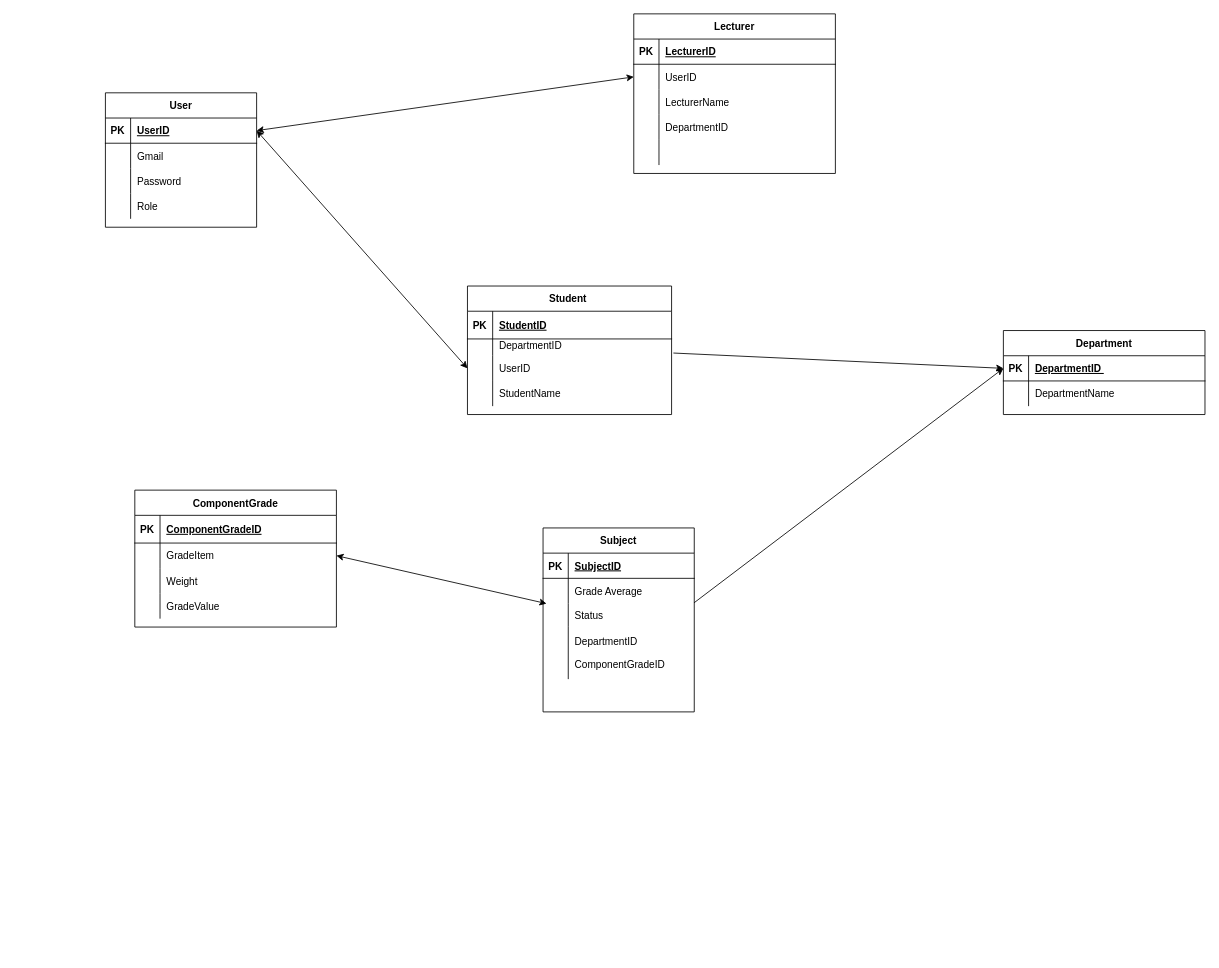
Above: database.drawio in chiennvhe170784/Err-apache (draw.io), before the change. Source tidied: cells renumbered, new cells numbered last; positions are measured from the earlier drawing's top-left corner, leaving out a move shared by most shapes. Both pictures are drawn from the tidied source at 84%, with x=0, y=0 at pixel (105, 13).
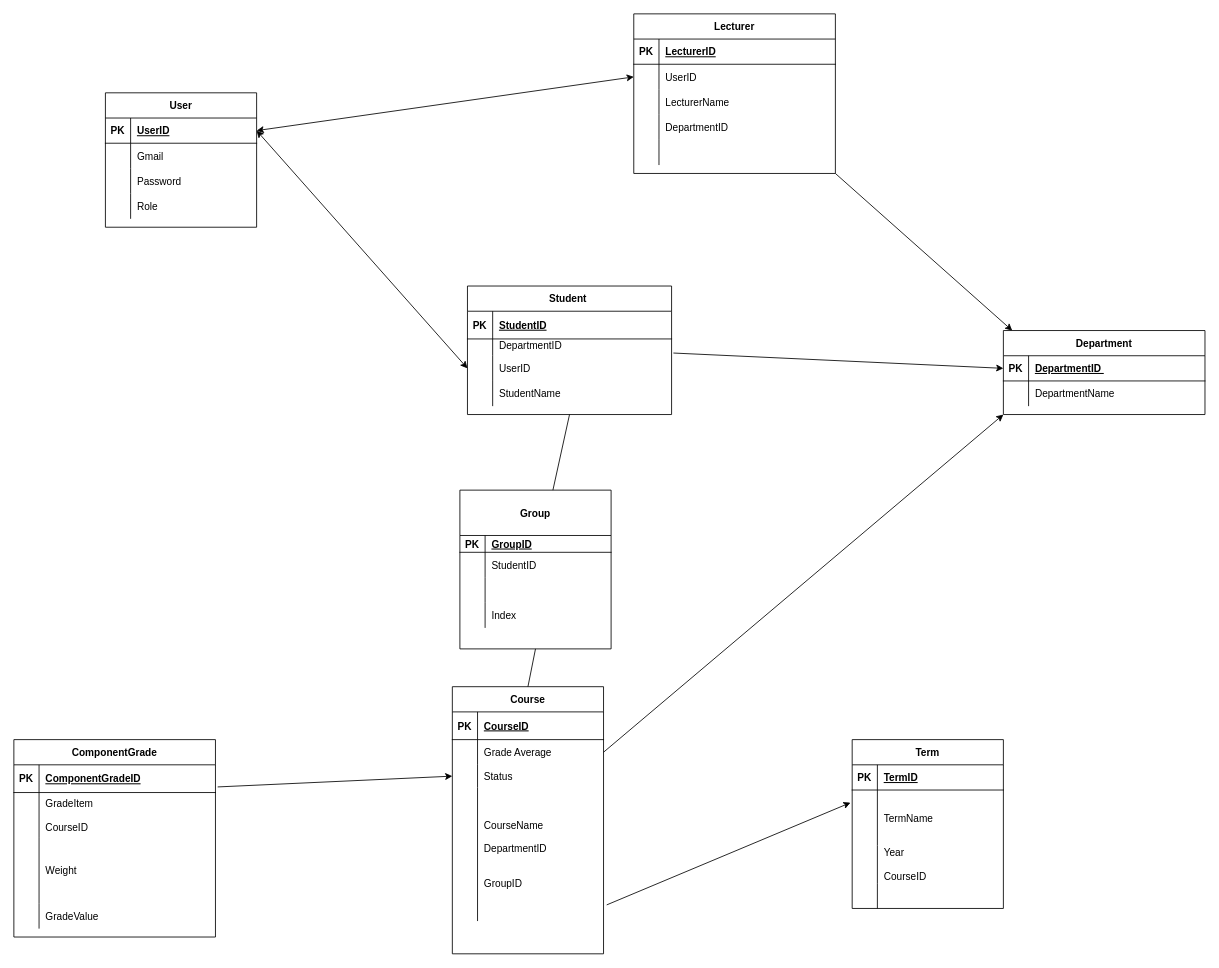
Above is the later version.

The change refers to these unchanged cells:
```xml
<mxCell id="15" value="Student " style="shape=table;startSize=30;childLayout=tableLayout;rowLines=0;fontStyle=1;align=center;" parent="1" vertex="1">
  <mxGeometry x="431" y="324" width="243" height="153" as="geometry" />
</mxCell>
<mxCell id="28" value="Department" style="shape=table;startSize=30;childLayout=tableLayout;rowLines=0;fontStyle=1;align=center;" parent="1" vertex="1">
  <mxGeometry x="1069" y="377" width="240" height="100" as="geometry" />
</mxCell>
<mxCell id="29" style="shape=tableRow;horizontal=0;startSize=0;swimlaneHead=0;swimlaneBody=0;fillColor=none;points=[[0,0.5],[1,0.5]];portConstraint=eastwest;top=0;left=0;right=0;bottom=1;" parent="28" vertex="1">
  <mxGeometry y="30" width="240" height="30" as="geometry" />
</mxCell>
<mxCell id="35" value="Lecturer" style="shape=table;startSize=30;childLayout=tableLayout;rowLines=0;fontStyle=1;align=center;" parent="1" vertex="1">
  <mxGeometry x="629" width="240" height="190" as="geometry" />
</mxCell>
<mxCell id="52" style="shape=tableRow;horizontal=0;startSize=0;swimlaneHead=0;swimlaneBody=0;fillColor=none;points=[[0,0.5],[1,0.5]];portConstraint=eastwest;top=0;left=0;right=0;bottom=1;" parent="51" vertex="1">
  <mxGeometry y="30" width="240" height="33" as="geometry" />
</mxCell>
```

Diff of the diagram source:
```diff
@@
     <mxCell id="51" value="ComponentGrade" style="shape=table;startSize=30;childLayout=tableLayout;rowLines=0;fontStyle=1;align=center;" parent="1" vertex="1">
-      <mxGeometry x="35" y="567" width="240" height="163" as="geometry" />
+      <mxGeometry x="-109" y="864" width="240" height="235" as="geometry" />
     </mxCell>
@@
     <mxCell id="55" style="shape=tableRow;horizontal=0;startSize=0;swimlaneHead=0;swimlaneBody=0;fillColor=none;points=[[0,0.5],[1,0.5]];portConstraint=eastwest;top=0;left=0;right=0;bottom=0;" parent="51" vertex="1">
-      <mxGeometry y="63" width="240" height="30" as="geometry" />
+      <mxGeometry y="63" width="240" height="54" as="geometry" />
     </mxCell>
     <mxCell id="56" style="shape=partialRectangle;fillColor=none;top=0;left=0;bottom=0;right=0;overflow=hidden;" parent="55" vertex="1">
-      <mxGeometry width="30" height="30" as="geometry" />
+      <mxGeometry width="30" height="54" as="geometry" />
     </mxCell>
-    <mxCell id="57" value="GradeItem" style="shape=partialRectangle;fillColor=none;top=0;left=0;bottom=0;right=0;align=left;spacingLeft=6;overflow=hidden;" parent="55" vertex="1">
-      <mxGeometry x="30" width="210" height="30" as="geometry" />
+    <mxCell id="57" value="GradeItem&#10;&#10;CourseID" style="shape=partialRectangle;fillColor=none;top=0;left=0;bottom=0;right=0;align=left;spacingLeft=6;overflow=hidden;" parent="55" vertex="1">
+      <mxGeometry x="30" width="210" height="54" as="geometry" />
     </mxCell>
     <mxCell id="58" style="shape=tableRow;horizontal=0;startSize=0;swimlaneHead=0;swimlaneBody=0;fillColor=none;top=0;left=0;right=0;bottom=0;" parent="51" vertex="1">
-      <mxGeometry y="93" width="240" height="30" as="geometry" />
+      <mxGeometry y="117" width="240" height="78" as="geometry" />
     </mxCell>
     <mxCell id="59" style="shape=partialRectangle;fillColor=none;top=0;left=0;bottom=0;right=0;overflow=hidden;" parent="58" vertex="1">
-      <mxGeometry width="30" height="30" as="geometry" />
+      <mxGeometry width="30" height="78" as="geometry" />
     </mxCell>
     <mxCell id="60" value="Weight" style="shape=partialRectangle;fillColor=none;top=0;left=0;bottom=0;right=0;align=left;spacingLeft=6;overflow=hidden;" parent="58" vertex="1">
-      <mxGeometry x="30" width="210" height="30" as="geometry" />
+      <mxGeometry x="30" width="210" height="78" as="geometry" />
     </mxCell>
     <mxCell id="61" style="shape=tableRow;horizontal=0;startSize=0;swimlaneHead=0;swimlaneBody=0;fillColor=none;top=0;left=0;right=0;bottom=0;" parent="51" vertex="1">
-      <mxGeometry y="123" width="240" height="30" as="geometry" />
+      <mxGeometry y="195" width="240" height="30" as="geometry" />
     </mxCell>
@@
-    <mxCell id="66" value="Subject" style="shape=table;startSize=30;childLayout=tableLayout;rowLines=0;fontStyle=1;align=center;" parent="1" vertex="1">
-      <mxGeometry x="521" y="612" width="180" height="219" as="geometry" />
+    <mxCell id="66" value="Course" style="shape=table;startSize=30;childLayout=tableLayout;rowLines=0;fontStyle=1;align=center;" parent="1" vertex="1">
+      <mxGeometry x="413" y="801" width="180" height="318" as="geometry" />
     </mxCell>
     <mxCell id="67" style="shape=tableRow;horizontal=0;startSize=0;swimlaneHead=0;swimlaneBody=0;fillColor=none;top=0;left=0;right=0;bottom=1;" parent="66" vertex="1">
-      <mxGeometry y="30" width="180" height="30" as="geometry" />
+      <mxGeometry y="30" width="180" height="33" as="geometry" />
     </mxCell>
     <mxCell id="68" value="PK" style="shape=partialRectangle;fillColor=none;top=0;left=0;bottom=0;right=0;fontStyle=1;overflow=hidden;" parent="67" vertex="1">
-      <mxGeometry width="30" height="30" as="geometry" />
+      <mxGeometry width="30" height="33" as="geometry" />
     </mxCell>
-    <mxCell id="69" value="SubjectID" style="shape=partialRectangle;fillColor=none;top=0;left=0;bottom=0;right=0;align=left;spacingLeft=6;fontStyle=5;overflow=hidden;" parent="67" vertex="1">
-      <mxGeometry x="30" width="150" height="30" as="geometry" />
+    <mxCell id="69" value="CourseID" style="shape=partialRectangle;fillColor=none;top=0;left=0;bottom=0;right=0;align=left;spacingLeft=6;fontStyle=5;overflow=hidden;" parent="67" vertex="1">
+      <mxGeometry x="30" width="150" height="33" as="geometry" />
     </mxCell>
     <mxCell id="70" style="shape=tableRow;horizontal=0;startSize=0;swimlaneHead=0;swimlaneBody=0;fillColor=none;points=[[0,0.5],[1,0.5]];portConstraint=eastwest;top=0;left=0;right=0;bottom=0;" parent="66" vertex="1">
-      <mxGeometry y="60" width="180" height="30" as="geometry" />
+      <mxGeometry y="63" width="180" height="30" as="geometry" />
     </mxCell>
@@
     <mxCell id="73" style="shape=tableRow;horizontal=0;startSize=0;swimlaneHead=0;swimlaneBody=0;fillColor=none;points=[[0,0.5],[1,0.5]];portConstraint=eastwest;top=0;left=0;right=0;bottom=0;" parent="66" vertex="1">
-      <mxGeometry y="90" width="180" height="27" as="geometry" />
+      <mxGeometry y="93" width="180" height="27" as="geometry" />
     </mxCell>
@@
     <mxCell id="76" style="shape=tableRow;horizontal=0;startSize=0;swimlaneHead=0;swimlaneBody=0;fillColor=none;points=[[0,0.5],[1,0.5]];portConstraint=eastwest;top=0;left=0;right=0;bottom=0;" parent="66" vertex="1">
-      <mxGeometry y="117" width="180" height="63" as="geometry" />
+      <mxGeometry y="120" width="180" height="159" as="geometry" />
     </mxCell>
     <mxCell id="77" style="shape=partialRectangle;fillColor=none;top=0;left=0;bottom=0;right=0;overflow=hidden;" parent="76" vertex="1">
-      <mxGeometry width="30" height="63" as="geometry" />
+      <mxGeometry width="30" height="159" as="geometry" />
     </mxCell>
-    <mxCell id="78" value="DepartmentID&#10;&#10;ComponentGradeID" style="shape=partialRectangle;fillColor=none;top=0;left=0;bottom=0;right=0;align=left;spacingLeft=6;overflow=hidden;" parent="76" vertex="1">
-      <mxGeometry x="30" width="150" height="63" as="geometry" />
+    <mxCell id="78" value="CourseName&#10;&#10;DepartmentID&#10;&#10;&#10;GroupID" style="shape=partialRectangle;fillColor=none;top=0;left=0;bottom=0;right=0;align=left;spacingLeft=6;overflow=hidden;" parent="76" vertex="1">
+      <mxGeometry x="30" width="150" height="159" as="geometry" />
     </mxCell>
-    <mxCell id="79" style="endArrow=classic;startArrow=classic;html=1;rounded=0;entryX=1;entryY=0.5;entryDx=0;entryDy=0;exitX=0.023;exitY=0.003;exitDx=0;exitDy=0;exitPerimeter=0;" parent="1" edge="1" source="73" target="55">
-      <mxGeometry relative="1" as="geometry" />
-    </mxCell>
-    <mxCell id="80" style="endArrow=classic;html=1;rounded=0;entryX=0;entryY=0.5;entryDx=0;entryDy=0;exitX=0.999;exitY=-0.034;exitDx=0;exitDy=0;exitPerimeter=0;" parent="1" edge="1" source="73" target="29">
-      <mxGeometry relative="1" as="geometry" />
-    </mxCell>
@@
+    <mxCell id="82" style="endArrow=classic;html=1;rounded=0;exitX=1.011;exitY=0.798;exitDx=0;exitDy=0;exitPerimeter=0;entryX=0;entryY=0.5;entryDx=0;entryDy=0;" parent="1" edge="1" source="52" target="73">
+      <mxGeometry relative="1" as="geometry" />
+    </mxCell>
+    <mxCell id="83" style="endArrow=classic;html=1;rounded=0;entryX=0;entryY=1;entryDx=0;entryDy=0;exitX=1;exitY=0.5;exitDx=0;exitDy=0;" parent="1" edge="1" source="70" target="28">
+      <mxGeometry relative="1" as="geometry" />
+    </mxCell>
+    <mxCell id="84" style="endArrow=classic;html=1;rounded=0;entryX=0.044;entryY=0.001;entryDx=0;entryDy=0;entryPerimeter=0;exitX=1;exitY=1;exitDx=0;exitDy=0;" parent="1" edge="1" source="35" target="28">
+      <mxGeometry relative="1" as="geometry" />
+    </mxCell>
+    <mxCell id="85" value="Term" style="shape=table;startSize=30;childLayout=tableLayout;rowLines=0;fontStyle=1;align=center;" parent="1" vertex="1">
+      <mxGeometry x="889" y="864" width="180" height="201" as="geometry" />
+    </mxCell>
+    <mxCell id="86" style="shape=tableRow;horizontal=0;startSize=0;swimlaneHead=0;swimlaneBody=0;fillColor=none;top=0;left=0;right=0;bottom=1;" parent="85" vertex="1">
+      <mxGeometry y="30" width="180" height="30" as="geometry" />
+    </mxCell>
+    <mxCell id="87" value="PK" style="shape=partialRectangle;fillColor=none;top=0;left=0;bottom=0;right=0;fontStyle=1;overflow=hidden;" parent="86" vertex="1">
+      <mxGeometry width="30" height="30" as="geometry" />
+    </mxCell>
+    <mxCell id="88" value="TermID" style="shape=partialRectangle;fillColor=none;top=0;left=0;bottom=0;right=0;align=left;spacingLeft=6;fontStyle=5;overflow=hidden;" parent="86" vertex="1">
+      <mxGeometry x="30" width="150" height="30" as="geometry" />
+    </mxCell>
+    <mxCell id="89" style="shape=tableRow;horizontal=0;startSize=0;swimlaneHead=0;swimlaneBody=0;fillColor=none;points=[[0,0.5],[1,0.5]];portConstraint=eastwest;top=0;left=0;right=0;bottom=0;" parent="85" vertex="1">
+      <mxGeometry y="60" width="180" height="66" as="geometry" />
+    </mxCell>
+    <mxCell id="90" style="shape=partialRectangle;fillColor=none;top=0;left=0;bottom=0;right=0;overflow=hidden;" parent="89" vertex="1">
+      <mxGeometry width="30" height="66" as="geometry" />
+    </mxCell>
+    <mxCell id="91" value="TermName" style="shape=partialRectangle;fillColor=none;top=0;left=0;bottom=0;right=0;align=left;spacingLeft=6;overflow=hidden;" parent="89" vertex="1">
+      <mxGeometry x="30" width="150" height="66" as="geometry" />
+    </mxCell>
+    <mxCell id="92" style="shape=tableRow;horizontal=0;startSize=0;swimlaneHead=0;swimlaneBody=0;fillColor=none;top=0;left=0;right=0;bottom=0;" parent="85" vertex="1">
+      <mxGeometry y="126" width="180" height="45" as="geometry" />
+    </mxCell>
+    <mxCell id="93" style="shape=partialRectangle;fillColor=none;top=0;left=0;bottom=0;right=0;overflow=hidden;" parent="92" vertex="1">
+      <mxGeometry width="30" height="45" as="geometry" />
+    </mxCell>
+    <mxCell id="94" value="Year&#10;&#10;CourseID" style="shape=partialRectangle;fillColor=none;top=0;left=0;bottom=0;right=0;align=left;spacingLeft=6;overflow=hidden;" parent="92" vertex="1">
+      <mxGeometry x="30" width="150" height="45" as="geometry" />
+    </mxCell>
+    <mxCell id="95" style="shape=tableRow;horizontal=0;startSize=0;swimlaneHead=0;swimlaneBody=0;fillColor=none;top=0;left=0;right=0;bottom=0;" parent="85" vertex="1">
+      <mxGeometry y="171" width="180" height="30" as="geometry" />
+    </mxCell>
+    <mxCell id="96" style="shape=partialRectangle;fillColor=none;top=0;left=0;bottom=0;right=0;overflow=hidden;" parent="95" vertex="1">
+      <mxGeometry width="30" height="30" as="geometry" />
+    </mxCell>
+    <mxCell id="97" style="shape=partialRectangle;fillColor=none;top=0;left=0;bottom=0;right=0;align=left;spacingLeft=6;overflow=hidden;" parent="95" vertex="1">
+      <mxGeometry x="30" width="150" height="30" as="geometry" />
+    </mxCell>
+    <mxCell id="98" style="endArrow=classic;html=1;rounded=0;exitX=1.021;exitY=0.879;exitDx=0;exitDy=0;exitPerimeter=0;entryX=-0.011;entryY=0.228;entryDx=0;entryDy=0;entryPerimeter=0;" parent="1" edge="1" source="76" target="89">
+      <mxGeometry relative="1" as="geometry" />
+    </mxCell>
+    <mxCell id="99" value="Group" style="shape=table;startSize=54;childLayout=tableLayout;rowLines=0;fontStyle=1;align=center;" parent="1" vertex="1">
+      <mxGeometry x="422" y="567" width="180" height="189" as="geometry" />
+    </mxCell>
+    <mxCell id="100" style="shape=tableRow;horizontal=0;startSize=0;swimlaneHead=0;swimlaneBody=0;fillColor=none;top=0;left=0;right=0;bottom=1;" parent="99" vertex="1">
+      <mxGeometry y="54" width="180" height="20" as="geometry" />
+    </mxCell>
+    <mxCell id="101" value="PK" style="shape=partialRectangle;fillColor=none;top=0;left=0;bottom=0;right=0;fontStyle=1;overflow=hidden;" parent="100" vertex="1">
+      <mxGeometry width="30" height="20" as="geometry" />
+    </mxCell>
+    <mxCell id="102" value="GroupID" style="shape=partialRectangle;fillColor=none;top=0;left=0;bottom=0;right=0;align=left;spacingLeft=6;fontStyle=5;overflow=hidden;" parent="100" vertex="1">
+      <mxGeometry x="30" width="150" height="20" as="geometry" />
+    </mxCell>
+    <mxCell id="103" style="shape=tableRow;horizontal=0;startSize=0;swimlaneHead=0;swimlaneBody=0;fillColor=none;top=0;left=0;right=0;bottom=0;" parent="99" vertex="1">
+      <mxGeometry y="74" width="180" height="30" as="geometry" />
+    </mxCell>
+    <mxCell id="104" style="shape=partialRectangle;fillColor=none;top=0;left=0;bottom=0;right=0;overflow=hidden;" parent="103" vertex="1">
+      <mxGeometry width="30" height="30" as="geometry" />
+    </mxCell>
+    <mxCell id="105" value="StudentID" style="shape=partialRectangle;fillColor=none;top=0;left=0;bottom=0;right=0;align=left;spacingLeft=6;overflow=hidden;" parent="103" vertex="1">
+      <mxGeometry x="30" width="150" height="30" as="geometry" />
+    </mxCell>
+    <mxCell id="106" style="shape=tableRow;horizontal=0;startSize=0;swimlaneHead=0;swimlaneBody=0;fillColor=none;top=0;left=0;right=0;bottom=0;" parent="99" vertex="1">
+      <mxGeometry y="104" width="180" height="30" as="geometry" />
+    </mxCell>
+    <mxCell id="107" style="shape=partialRectangle;fillColor=none;top=0;left=0;bottom=0;right=0;overflow=hidden;" parent="106" vertex="1">
+      <mxGeometry width="30" height="30" as="geometry" />
+    </mxCell>
+    <mxCell id="108" style="shape=partialRectangle;fillColor=none;top=0;left=0;bottom=0;right=0;align=left;spacingLeft=6;overflow=hidden;" parent="106" vertex="1">
+      <mxGeometry x="30" width="150" height="30" as="geometry" />
+    </mxCell>
+    <mxCell id="109" style="shape=tableRow;horizontal=0;startSize=0;swimlaneHead=0;swimlaneBody=0;fillColor=none;top=0;left=0;right=0;bottom=0;" parent="99" vertex="1">
+      <mxGeometry y="134" width="180" height="30" as="geometry" />
+    </mxCell>
+    <mxCell id="110" style="shape=partialRectangle;fillColor=none;top=0;left=0;bottom=0;right=0;overflow=hidden;" parent="109" vertex="1">
+      <mxGeometry width="30" height="30" as="geometry" />
+    </mxCell>
+    <mxCell id="111" value="Index" style="shape=partialRectangle;fillColor=none;top=0;left=0;bottom=0;right=0;align=left;spacingLeft=6;overflow=hidden;" parent="109" vertex="1">
+      <mxGeometry x="30" width="150" height="30" as="geometry" />
+    </mxCell>
+    <mxCell id="112" style="endArrow=none;html=1;rounded=0;exitX=0.5;exitY=0;exitDx=0;exitDy=0;" parent="1" edge="1" source="66">
+      <mxGeometry relative="1" as="geometry">
+        <mxPoint x="512" y="756" as="targetPoint" />
+      </mxGeometry>
+    </mxCell>
+    <mxCell id="113" style="endArrow=none;html=1;rounded=0;entryX=0.5;entryY=1;entryDx=0;entryDy=0;" parent="1" edge="1" source="99" target="15">
+      <mxGeometry relative="1" as="geometry" />
+    </mxCell>
```
